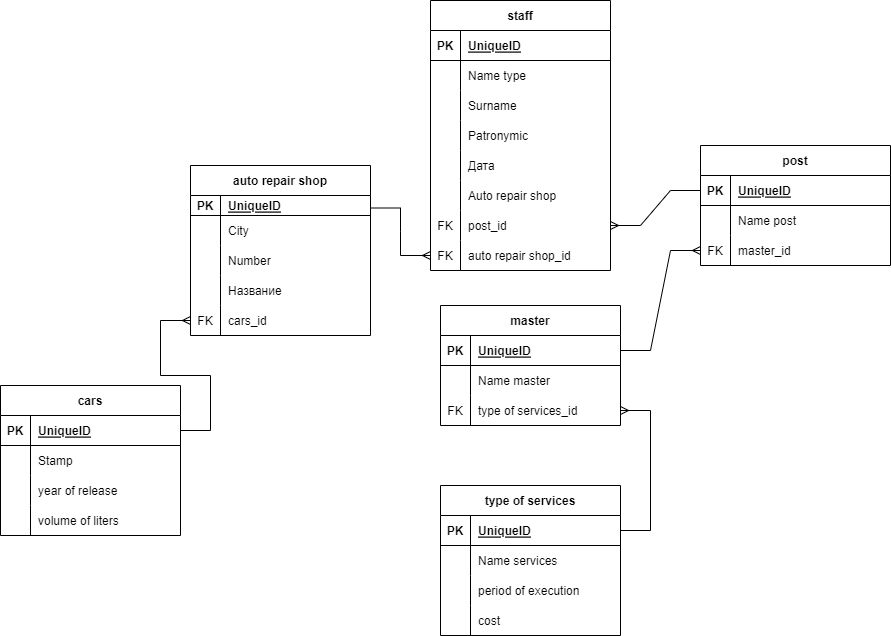
Earlier version of the draw.io export labbbb3.drawio.png (tengenonelove/lovesomemama). Source tidied: cells renumbered, new cells last; positions are measured from the earlier drawing's top-left corner, leaving out a move shared by most shapes.
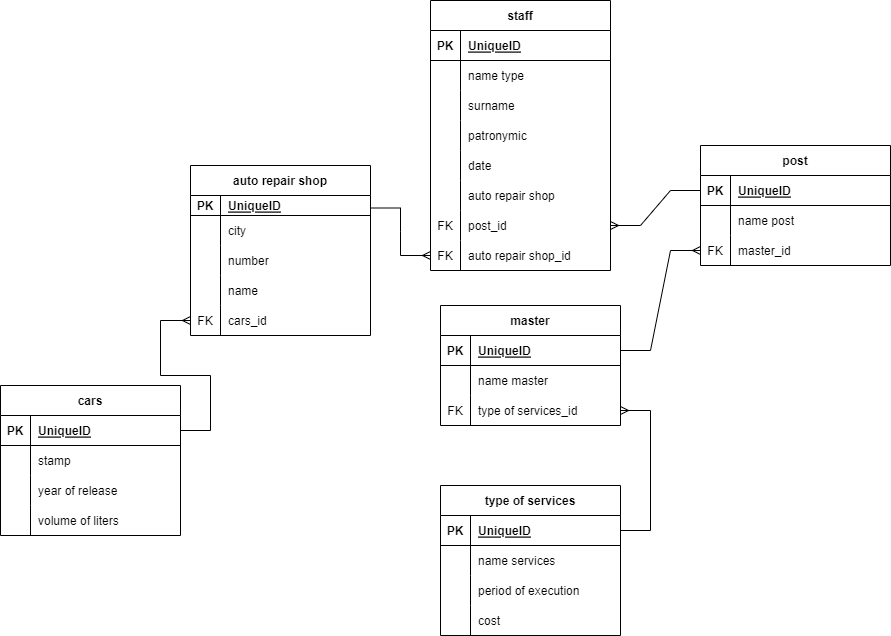
The same diagram one commit later.

Diff of the diagram source:
```diff
@@ -20,7 +20,7 @@
     <mxCell id="7" style="shape=partialRectangle;fillColor=none;top=0;left=0;bottom=0;right=0;overflow=hidden;" parent="6" vertex="1">
       <mxGeometry width="30" height="30" as="geometry" />
     </mxCell>
-    <mxCell id="8" value="Name type" style="shape=partialRectangle;fillColor=none;top=0;left=0;bottom=0;right=0;align=left;spacingLeft=6;overflow=hidden;" parent="6" vertex="1">
+    <mxCell id="8" value="name type" style="shape=partialRectangle;fillColor=none;top=0;left=0;bottom=0;right=0;align=left;spacingLeft=6;overflow=hidden;" parent="6" vertex="1">
       <mxGeometry x="30" width="150" height="30" as="geometry" />
     </mxCell>
     <mxCell id="9" style="shape=tableRow;horizontal=0;startSize=0;swimlaneHead=0;swimlaneBody=0;fillColor=none;top=0;left=0;right=0;bottom=0;" parent="2" vertex="1">
@@ -29,7 +29,7 @@
     <mxCell id="10" style="shape=partialRectangle;fillColor=none;top=0;left=0;bottom=0;right=0;overflow=hidden;" parent="9" vertex="1">
       <mxGeometry width="30" height="30" as="geometry" />
     </mxCell>
-    <mxCell id="11" value="Surname" style="shape=partialRectangle;fillColor=none;top=0;left=0;bottom=0;right=0;align=left;spacingLeft=6;overflow=hidden;" parent="9" vertex="1">
+    <mxCell id="11" value="surname" style="shape=partialRectangle;fillColor=none;top=0;left=0;bottom=0;right=0;align=left;spacingLeft=6;overflow=hidden;" parent="9" vertex="1">
       <mxGeometry x="30" width="150" height="30" as="geometry" />
     </mxCell>
     <mxCell id="12" style="shape=tableRow;horizontal=0;startSize=0;swimlaneHead=0;swimlaneBody=0;fillColor=none;top=0;left=0;right=0;bottom=0;" parent="2" vertex="1">
@@ -38,7 +38,7 @@
     <mxCell id="13" style="shape=partialRectangle;fillColor=none;top=0;left=0;bottom=0;right=0;overflow=hidden;" parent="12" vertex="1">
       <mxGeometry width="30" height="30" as="geometry" />
     </mxCell>
-    <mxCell id="14" value="Patronymic" style="shape=partialRectangle;fillColor=none;top=0;left=0;bottom=0;right=0;align=left;spacingLeft=6;overflow=hidden;" parent="12" vertex="1">
+    <mxCell id="14" value="patronymic" style="shape=partialRectangle;fillColor=none;top=0;left=0;bottom=0;right=0;align=left;spacingLeft=6;overflow=hidden;" parent="12" vertex="1">
       <mxGeometry x="30" width="150" height="30" as="geometry" />
     </mxCell>
     <mxCell id="15" style="shape=tableRow;horizontal=0;startSize=0;swimlaneHead=0;swimlaneBody=0;fillColor=none;top=0;left=0;right=0;bottom=0;" parent="2" vertex="1">
@@ -47,7 +47,7 @@
     <mxCell id="16" style="shape=partialRectangle;fillColor=none;top=0;left=0;bottom=0;right=0;overflow=hidden;" parent="15" vertex="1">
       <mxGeometry width="30" height="30" as="geometry" />
     </mxCell>
-    <mxCell id="17" value="Дата" style="shape=partialRectangle;fillColor=none;top=0;left=0;bottom=0;right=0;align=left;spacingLeft=6;overflow=hidden;" parent="15" vertex="1">
+    <mxCell id="17" value="date" style="shape=partialRectangle;fillColor=none;top=0;left=0;bottom=0;right=0;align=left;spacingLeft=6;overflow=hidden;" parent="15" vertex="1">
       <mxGeometry x="30" width="150" height="30" as="geometry" />
     </mxCell>
     <mxCell id="18" style="shape=tableRow;horizontal=0;startSize=0;swimlaneHead=0;swimlaneBody=0;fillColor=none;top=0;left=0;right=0;bottom=0;" parent="2" vertex="1">
@@ -56,7 +56,7 @@
     <mxCell id="19" style="shape=partialRectangle;fillColor=none;top=0;left=0;bottom=0;right=0;overflow=hidden;" parent="18" vertex="1">
       <mxGeometry width="30" height="30" as="geometry" />
     </mxCell>
-    <mxCell id="20" value="Auto repair shop" style="shape=partialRectangle;fillColor=none;top=0;left=0;bottom=0;right=0;align=left;spacingLeft=6;overflow=hidden;" parent="18" vertex="1">
+    <mxCell id="20" value="auto repair shop" style="shape=partialRectangle;fillColor=none;top=0;left=0;bottom=0;right=0;align=left;spacingLeft=6;overflow=hidden;" parent="18" vertex="1">
       <mxGeometry x="30" width="150" height="30" as="geometry" />
     </mxCell>
     <mxCell id="21" style="shape=tableRow;horizontal=0;startSize=0;swimlaneHead=0;swimlaneBody=0;fillColor=none;points=[[0,0.5],[1,0.5]];portConstraint=eastwest;top=0;left=0;right=0;bottom=0;" parent="2" vertex="1">
@@ -95,7 +95,7 @@
     <mxCell id="32" style="shape=partialRectangle;fillColor=none;top=0;left=0;bottom=0;right=0;overflow=hidden;" parent="31" vertex="1">
       <mxGeometry width="30" height="30" as="geometry" />
     </mxCell>
-    <mxCell id="33" value="City" style="shape=partialRectangle;fillColor=none;top=0;left=0;bottom=0;right=0;align=left;spacingLeft=6;overflow=hidden;" parent="31" vertex="1">
+    <mxCell id="33" value="city" style="shape=partialRectangle;fillColor=none;top=0;left=0;bottom=0;right=0;align=left;spacingLeft=6;overflow=hidden;" parent="31" vertex="1">
       <mxGeometry x="30" width="150" height="30" as="geometry" />
     </mxCell>
     <mxCell id="34" style="shape=tableRow;horizontal=0;startSize=0;swimlaneHead=0;swimlaneBody=0;fillColor=none;top=0;left=0;right=0;bottom=0;" parent="27" vertex="1">
@@ -104,7 +104,7 @@
     <mxCell id="35" style="shape=partialRectangle;fillColor=none;top=0;left=0;bottom=0;right=0;overflow=hidden;" parent="34" vertex="1">
       <mxGeometry width="30" height="30" as="geometry" />
     </mxCell>
-    <mxCell id="36" value="Number" style="shape=partialRectangle;fillColor=none;top=0;left=0;bottom=0;right=0;align=left;spacingLeft=6;overflow=hidden;" parent="34" vertex="1">
+    <mxCell id="36" value="number" style="shape=partialRectangle;fillColor=none;top=0;left=0;bottom=0;right=0;align=left;spacingLeft=6;overflow=hidden;" parent="34" vertex="1">
       <mxGeometry x="30" width="150" height="30" as="geometry" />
     </mxCell>
     <mxCell id="37" style="shape=tableRow;horizontal=0;startSize=0;swimlaneHead=0;swimlaneBody=0;fillColor=none;top=0;left=0;right=0;bottom=0;" parent="27" vertex="1">
@@ -113,7 +113,7 @@
     <mxCell id="38" style="shape=partialRectangle;fillColor=none;top=0;left=0;bottom=0;right=0;overflow=hidden;" parent="37" vertex="1">
       <mxGeometry width="30" height="30" as="geometry" />
     </mxCell>
-    <mxCell id="39" value="Название" style="shape=partialRectangle;fillColor=none;top=0;left=0;bottom=0;right=0;align=left;spacingLeft=6;overflow=hidden;" parent="37" vertex="1">
+    <mxCell id="39" value="name" style="shape=partialRectangle;fillColor=none;top=0;left=0;bottom=0;right=0;align=left;spacingLeft=6;overflow=hidden;" parent="37" vertex="1">
       <mxGeometry x="30" width="150" height="30" as="geometry" />
     </mxCell>
     <mxCell id="40" style="shape=tableRow;horizontal=0;startSize=0;swimlaneHead=0;swimlaneBody=0;fillColor=none;points=[[0,0.5],[1,0.5]];portConstraint=eastwest;top=0;left=0;right=0;bottom=0;" parent="27" vertex="1">
@@ -143,7 +143,7 @@
     <mxCell id="48" style="shape=partialRectangle;fillColor=none;top=0;left=0;bottom=0;right=0;overflow=hidden;" parent="47" vertex="1">
       <mxGeometry width="30" height="30" as="geometry" />
     </mxCell>
-    <mxCell id="49" value="Name master" style="shape=partialRectangle;fillColor=none;top=0;left=0;bottom=0;right=0;align=left;spacingLeft=6;overflow=hidden;" parent="47" vertex="1">
+    <mxCell id="49" value="name master" style="shape=partialRectangle;fillColor=none;top=0;left=0;bottom=0;right=0;align=left;spacingLeft=6;overflow=hidden;" parent="47" vertex="1">
       <mxGeometry x="30" width="150" height="30" as="geometry" />
     </mxCell>
     <mxCell id="50" style="shape=tableRow;horizontal=0;startSize=0;swimlaneHead=0;swimlaneBody=0;fillColor=none;points=[[0,0.5],[1,0.5]];portConstraint=eastwest;top=0;left=0;right=0;bottom=0;" parent="43" vertex="1">
@@ -173,7 +173,7 @@
     <mxCell id="58" style="shape=partialRectangle;fillColor=none;top=0;left=0;bottom=0;right=0;overflow=hidden;" parent="57" vertex="1">
       <mxGeometry width="30" height="30" as="geometry" />
     </mxCell>
-    <mxCell id="59" value="Stamp" style="shape=partialRectangle;fillColor=none;top=0;left=0;bottom=0;right=0;align=left;spacingLeft=6;overflow=hidden;" parent="57" vertex="1">
+    <mxCell id="59" value="stamp" style="shape=partialRectangle;fillColor=none;top=0;left=0;bottom=0;right=0;align=left;spacingLeft=6;overflow=hidden;" parent="57" vertex="1">
       <mxGeometry x="30" width="150" height="30" as="geometry" />
     </mxCell>
     <mxCell id="60" style="shape=tableRow;horizontal=0;startSize=0;swimlaneHead=0;swimlaneBody=0;fillColor=none;top=0;left=0;right=0;bottom=0;" parent="53" vertex="1">
@@ -212,7 +212,7 @@
     <mxCell id="71" style="shape=partialRectangle;fillColor=none;top=0;left=0;bottom=0;right=0;overflow=hidden;" parent="70" vertex="1">
       <mxGeometry width="30" height="30" as="geometry" />
     </mxCell>
-    <mxCell id="72" value="Name services" style="shape=partialRectangle;fillColor=none;top=0;left=0;bottom=0;right=0;align=left;spacingLeft=6;overflow=hidden;" parent="70" vertex="1">
+    <mxCell id="72" value="name services" style="shape=partialRectangle;fillColor=none;top=0;left=0;bottom=0;right=0;align=left;spacingLeft=6;overflow=hidden;" parent="70" vertex="1">
       <mxGeometry x="30" width="150" height="30" as="geometry" />
     </mxCell>
     <mxCell id="73" style="shape=tableRow;horizontal=0;startSize=0;swimlaneHead=0;swimlaneBody=0;fillColor=none;top=0;left=0;right=0;bottom=0;" parent="66" vertex="1">
@@ -251,7 +251,7 @@
     <mxCell id="84" style="shape=partialRectangle;fillColor=none;top=0;left=0;bottom=0;right=0;overflow=hidden;" parent="83" vertex="1">
       <mxGeometry width="30" height="30" as="geometry" />
     </mxCell>
-    <mxCell id="85" value="Name post" style="shape=partialRectangle;fillColor=none;top=0;left=0;bottom=0;right=0;align=left;spacingLeft=6;overflow=hidden;" parent="83" vertex="1">
+    <mxCell id="85" value="name post" style="shape=partialRectangle;fillColor=none;top=0;left=0;bottom=0;right=0;align=left;spacingLeft=6;overflow=hidden;" parent="83" vertex="1">
       <mxGeometry x="30" width="160" height="30" as="geometry" />
     </mxCell>
     <mxCell id="86" style="shape=tableRow;horizontal=0;startSize=0;swimlaneHead=0;swimlaneBody=0;fillColor=none;points=[[0,0.5],[1,0.5]];portConstraint=eastwest;top=0;left=0;right=0;bottom=0;" parent="79" vertex="1">
```
